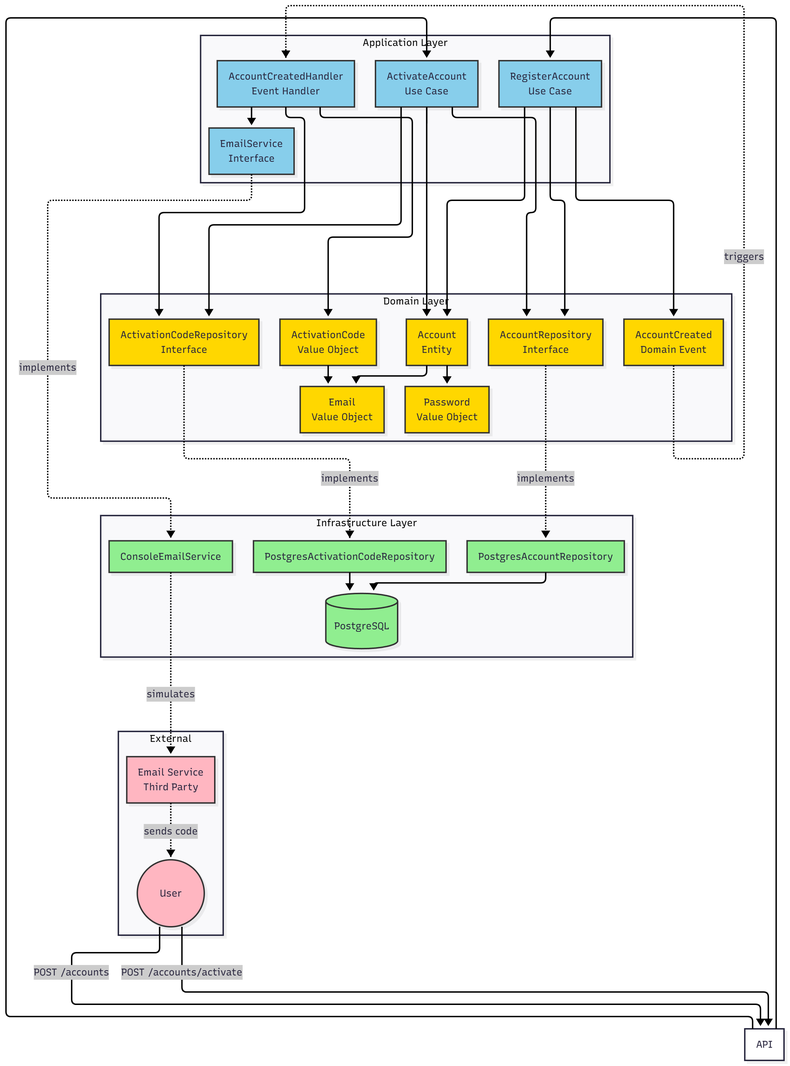
Earlier version of the Mermaid export docs/architecture-diagram.png (nytrimion/user-registration). Its source is kept beside it as docs/architecture-diagram.mmd.
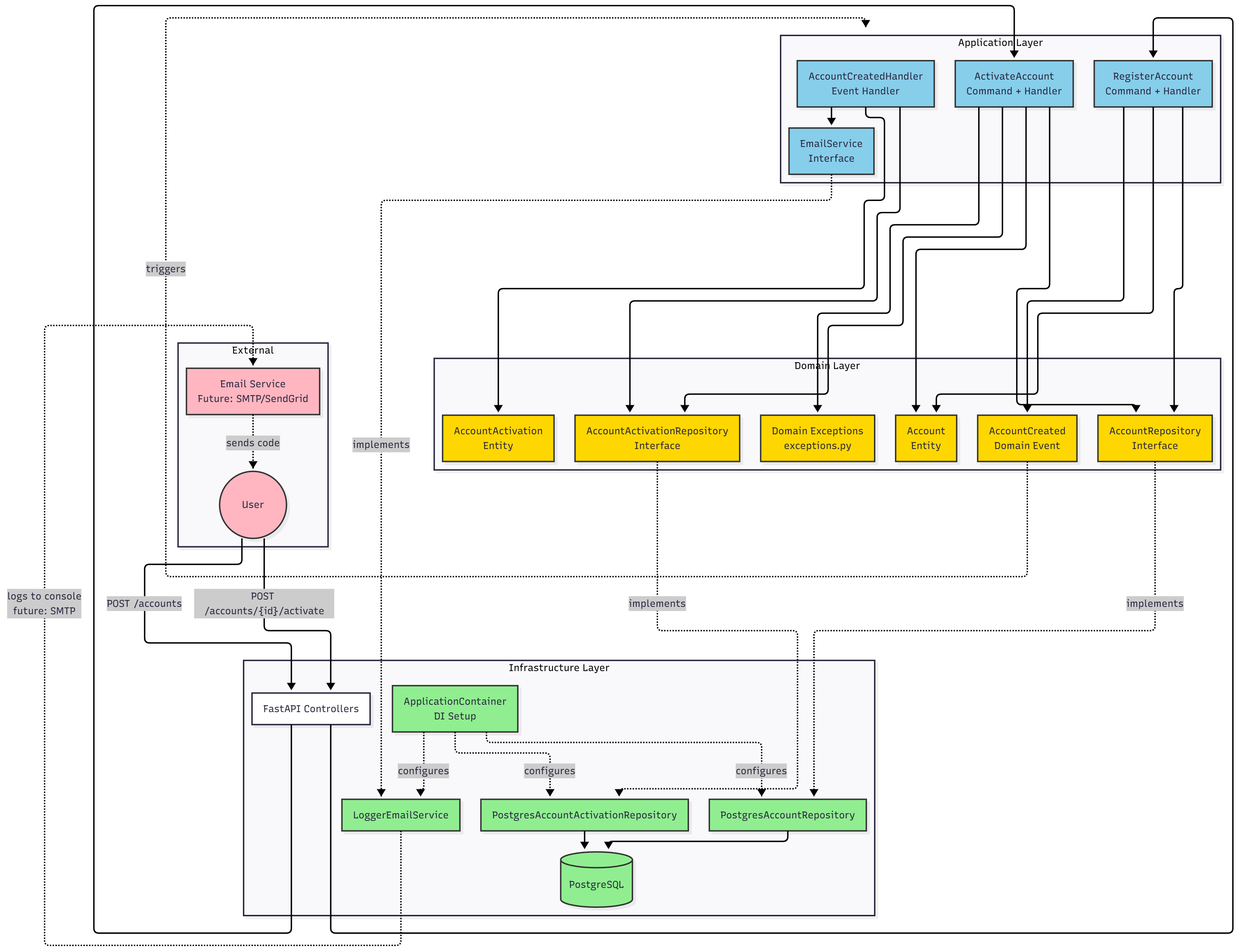
Later version of the same file.

Commit message:
docs: update documentation + architecture diagram

What changed in the source:
```diff
@@ -1,68 +1,85 @@
 graph TB
     subgraph "Presentation Layer"
         API[FastAPI Controllers]
+        Auth[validate_api_credentials<br/>Basic Auth Utility]
     end
 
     subgraph "Application Layer"
-        UC1[RegisterAccount<br/>Use Case]
-        UC2[ActivateAccount<br/>Use Case]
+        UC1[RegisterAccount<br/>Command + Handler]
+        UC2[ActivateAccount<br/>Command + Handler]
         EH[AccountCreatedHandler<br/>Event Handler]
         IEmail[EmailService<br/>Interface]
     end
 
     subgraph "Domain Layer"
         Account[Account<br/>Entity]
+        AccountActivation[AccountActivation<br/>Entity]
         Email[Email<br/>Value Object]
         Password[Password<br/>Value Object]
+        AccountId[AccountId<br/>Value Object]
         ActivationCode[ActivationCode<br/>Value Object]
         Event[AccountCreated<br/>Domain Event]
+        Exceptions[Domain Exceptions<br/>exceptions.py]
         IAccountRepo[AccountRepository<br/>Interface]
-        ICodeRepo[ActivationCodeRepository<br/>Interface]
+        IActivationRepo[AccountActivationRepository<br/>Interface]
     end
 
     subgraph "Infrastructure Layer"
         PostgresAccountRepo[PostgresAccountRepository]
-        PostgresCodeRepo[PostgresActivationCodeRepository]
-        ConsoleEmail[ConsoleEmailService]
+        PostgresActivationRepo[PostgresAccountActivationRepository]
+        LoggerEmail[LoggerEmailService]
+        EventDispatcher[InMemoryEventDispatcher]
         DB[(PostgreSQL)]
+        DIContainer[ApplicationContainer<br/>DI Setup]
     end
 
     subgraph "External"
         User((User))
-        SMTP[Email Service<br/>Third Party]
+        SMTP[Email Service<br/>Future: SMTP/SendGrid]
     end
 
-    User -->|POST /accounts| API
-    User -->|POST /accounts/activate| API
+    User -- "POST /accounts" --> API
+    User -- "POST /accounts/{id}/activate" --> API
+
+    API --> Auth
 
     API --> UC1
     API --> UC2
 
     UC1 --> Account
     UC1 --> IAccountRepo
-    UC1 --> Event
+    UC1 --> EventDispatcher
+    EventDispatcher --> Event
 
     UC2 --> IAccountRepo
-    UC2 --> ICodeRepo
+    UC2 --> IActivationRepo
     UC2 --> Account
+    UC2 --> Exceptions
 
     Event -.->|triggers| EH
-    EH --> ICodeRepo
+    EH --> AccountActivation
+    EH --> IActivationRepo
     EH --> IEmail
-    EH --> ActivationCode
 
     Account --> Email
     Account --> Password
-    ActivationCode --> Email
+    Account --> AccountId
+    AccountActivation --> AccountId
+    AccountActivation --> ActivationCode
 
     IAccountRepo -.->|implements| PostgresAccountRepo
-    ICodeRepo -.->|implements| PostgresCodeRepo
-    IEmail -.->|implements| ConsoleEmail
+    IActivationRepo -.->|implements| PostgresActivationRepo
+    IEmail -.->|implements| LoggerEmail
+
+    DIContainer -.->|configures| PostgresAccountRepo
+    DIContainer -.->|configures| PostgresActivationRepo
+    DIContainer -.->|configures| LoggerEmail
+    DIContainer -.->|configures| EventDispatcher
 
     PostgresAccountRepo --> DB
-    PostgresCodeRepo --> DB
+    PostgresActivationRepo --> DB
 
-    ConsoleEmail -.->|simulates| SMTP
+    LoggerEmail -.->|logs to console<br/>future: SMTP| SMTP
     SMTP -.->|sends code| User
 
     classDef domain fill:#ffd700,stroke:#333,stroke-width:2px
@@ -70,7 +87,7 @@
     classDef infrastructure fill:#90ee90,stroke:#333,stroke-width:2px
     classDef external fill:#ffb6c1,stroke:#333,stroke-width:2px
 
-    class Account,Email,Password,ActivationCode,Event,IAccountRepo,ICodeRepo domain
+    class Account,AccountActivation,Email,Password,AccountId,ActivationCode,Event,Exceptions,IAccountRepo,IActivationRepo domain
     class UC1,UC2,EH,IEmail application
-    class PostgresAccountRepo,PostgresCodeRepo,ConsoleEmail,DB infrastructure
+    class PostgresAccountRepo,PostgresActivationRepo,LoggerEmail,EventDispatcher,DB,DIContainer,Auth infrastructure
     class User,SMTP external
```
